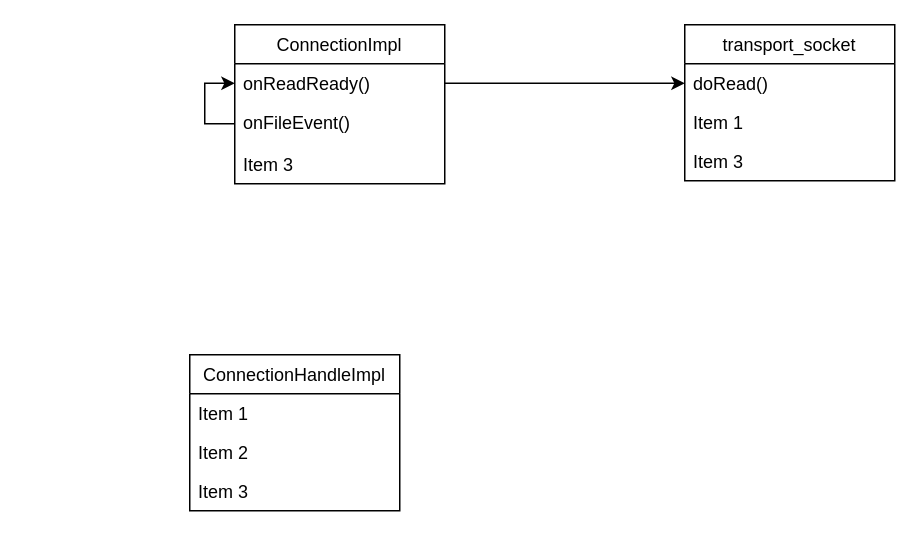
This is event_call_chain.drawio from xu1zhou/Documents, a draw.io file, before an edit. Source tidied: cells renumbered, new cells numbered last; positions are measured from the earlier drawing's top-left corner, leaving out a move shared by most shapes. Both pictures are drawn from the tidied source at 150%, with x=0, y=0 at pixel (189, 24).
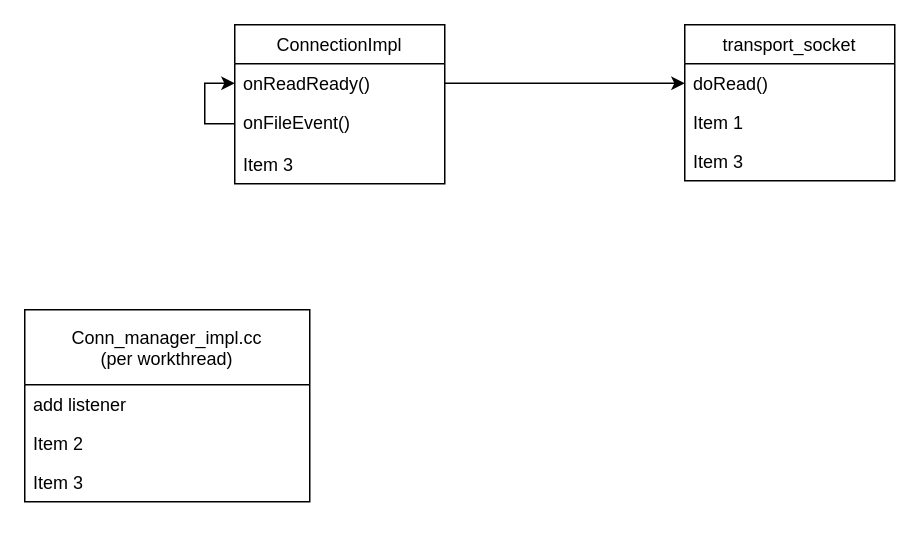
After the change.

Change to the diagram source:
```diff
@@
 <mxGraphModel>
   <root>
     <mxCell id="0" />
     <mxCell id="1" parent="0" />
     <mxCell id="2" value="ConnectionImpl" style="swimlane;fontStyle=0;horizontal=1;startSize=26;" parent="1" vertex="1">
       <mxGeometry x="30" width="140" height="106" as="geometry" />
     </mxCell>
     <mxCell id="3" value="onReadReady()" style="text;strokeColor=none;fillColor=none;align=left;verticalAlign=top;spacingLeft=4;spacingRight=4;overflow=hidden;points=[[0,0.5],[1,0.5]];portConstraint=eastwest;" parent="2" vertex="1">
       <mxGeometry y="26" width="140" height="26" as="geometry" />
     </mxCell>
     <mxCell id="4" style="edgeStyle=orthogonalEdgeStyle;rounded=0;jettySize=auto;html=1;entryX=0;entryY=0.5;entryDx=0;entryDy=0;" parent="2" edge="1" source="5" target="3">
       <mxGeometry relative="1" as="geometry" />
     </mxCell>
     <mxCell id="5" value="onFileEvent()" style="text;strokeColor=none;fillColor=none;align=left;verticalAlign=top;spacingLeft=4;spacingRight=4;overflow=hidden;points=[[0,0.5],[1,0.5]];portConstraint=eastwest;" parent="2" vertex="1">
       <mxGeometry y="52" width="140" height="28" as="geometry" />
     </mxCell>
     <mxCell id="6" value="Item 3" style="text;strokeColor=none;fillColor=none;align=left;verticalAlign=top;spacingLeft=4;spacingRight=4;overflow=hidden;" parent="2" vertex="1">
       <mxGeometry y="80" width="140" height="26" as="geometry" />
     </mxCell>
     <mxCell id="7" value="transport_socket" style="swimlane;fontStyle=0;horizontal=1;startSize=26;" parent="1" vertex="1">
       <mxGeometry x="330" width="140" height="104" as="geometry" />
     </mxCell>
     <mxCell id="8" value="doRead()" style="text;strokeColor=none;fillColor=none;align=left;verticalAlign=top;spacingLeft=4;spacingRight=4;overflow=hidden;points=[[0,0.5],[1,0.5]];portConstraint=eastwest;" parent="7" vertex="1">
       <mxGeometry y="26" width="140" height="26" as="geometry" />
     </mxCell>
     <mxCell id="9" value="Item 1" style="text;strokeColor=none;fillColor=none;align=left;verticalAlign=top;spacingLeft=4;spacingRight=4;overflow=hidden;" parent="7" vertex="1">
       <mxGeometry y="52" width="140" height="26" as="geometry" />
     </mxCell>
     <mxCell id="10" value="Item 3" style="text;strokeColor=none;fillColor=none;align=left;verticalAlign=top;spacingLeft=4;spacingRight=4;overflow=hidden;" parent="7" vertex="1">
       <mxGeometry y="78" width="140" height="26" as="geometry" />
     </mxCell>
     <mxCell id="11" style="edgeStyle=orthogonalEdgeStyle;rounded=0;jettySize=auto;html=1;" parent="1" edge="1" source="3" target="8">
       <mxGeometry relative="1" as="geometry" />
     </mxCell>
-    <mxCell id="12" value="ConnectionHandleImpl" style="swimlane;fontStyle=0;horizontal=1;startSize=26;" parent="1" vertex="1">
-      <mxGeometry y="220" width="140" height="104" as="geometry" />
+    <mxCell id="12" value="Conn_manager_impl.cc&#10;(per workthread)" style="swimlane;fontStyle=0;horizontal=1;startSize=50;" parent="1" vertex="1">
+      <mxGeometry x="-110" y="190" width="190" height="128" as="geometry" />
     </mxCell>
-    <mxCell id="13" value="Item 1" style="text;strokeColor=none;fillColor=none;align=left;verticalAlign=top;spacingLeft=4;spacingRight=4;overflow=hidden;" parent="12" vertex="1">
-      <mxGeometry y="26" width="140" height="26" as="geometry" />
+    <mxCell id="13" value="add listener" style="text;strokeColor=none;fillColor=none;align=left;verticalAlign=top;spacingLeft=4;spacingRight=4;overflow=hidden;" parent="12" vertex="1">
+      <mxGeometry y="50" width="190" height="26" as="geometry" />
     </mxCell>
     <mxCell id="14" value="Item 2" style="text;strokeColor=none;fillColor=none;align=left;verticalAlign=top;spacingLeft=4;spacingRight=4;overflow=hidden;" parent="12" vertex="1">
-      <mxGeometry y="52" width="140" height="26" as="geometry" />
+      <mxGeometry y="76" width="190" height="26" as="geometry" />
     </mxCell>
     <mxCell id="15" value="Item 3" style="text;strokeColor=none;fillColor=none;align=left;verticalAlign=top;spacingLeft=4;spacingRight=4;overflow=hidden;" parent="12" vertex="1">
-      <mxGeometry y="78" width="140" height="26" as="geometry" />
+      <mxGeometry y="102" width="190" height="26" as="geometry" />
     </mxCell>
   </root>
 </mxGraphModel>
```
